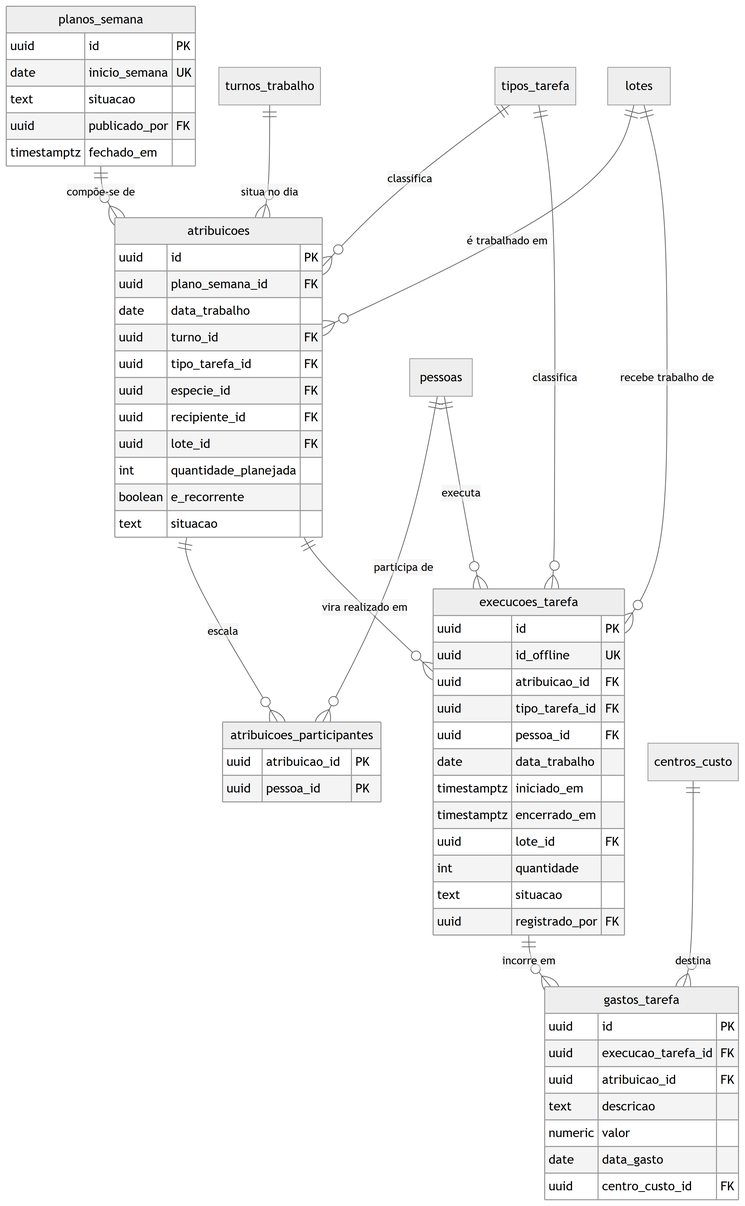
Before: docs/engenharia/modelo-dados-pt/img/fig13-producao-agenda.png, a diagram exported from Mermaid (JoaoMudar/mudar). Its source is kept beside it as docs/engenharia/modelo-dados-pt/mmd/fig13-producao-agenda.mmd. The source it was exported from:
```mermaid
erDiagram
  planos_semana {
    uuid id PK
    date inicio_semana UK
    text situacao
    uuid publicado_por FK
    timestamptz fechado_em
  }
  atribuicoes {
    uuid id PK
    uuid plano_semana_id FK
    date data_trabalho
    uuid turno_id FK
    uuid tipo_tarefa_id FK
    uuid especie_id FK
    uuid recipiente_id FK
    uuid lote_id FK
    int quantidade_planejada
    boolean e_recorrente
    text situacao
  }
  atribuicoes_participantes {
    uuid atribuicao_id PK
    uuid pessoa_id PK
  }
  execucoes_tarefa {
    uuid id PK
    uuid id_offline UK
    uuid atribuicao_id FK
    uuid tipo_tarefa_id FK
    uuid pessoa_id FK
    date data_trabalho
    timestamptz iniciado_em
    timestamptz encerrado_em
    uuid lote_id FK
    int quantidade
    text situacao
    uuid registrado_por FK
  }
  gastos_tarefa {
    uuid id PK
    uuid execucao_tarefa_id FK
    uuid atribuicao_id FK
    text descricao
    numeric valor
    date data_gasto
    uuid centro_custo_id FK
  }
  tipos_tarefa {
  }
  turnos_trabalho {
  }
  pessoas {
  }
  lotes {
  }
  centros_custo {
  }

  planos_semana   ||--o{ atribuicoes               : "compõe-se de"
  tipos_tarefa    ||--o{ atribuicoes               : "classifica"
  turnos_trabalho ||--o{ atribuicoes               : "situa no dia"
  lotes           ||--o{ atribuicoes               : "é trabalhado em"
  atribuicoes     ||--o{ atribuicoes_participantes : "escala"
  pessoas         ||--o{ atribuicoes_participantes : "participa de"
  atribuicoes     ||--o{ execucoes_tarefa          : "vira realizado em"
  tipos_tarefa    ||--o{ execucoes_tarefa          : "classifica"
  pessoas         ||--o{ execucoes_tarefa          : "executa"
  lotes           ||--o{ execucoes_tarefa          : "recebe trabalho de"
  execucoes_tarefa ||--o{ gastos_tarefa            : "incorre em"
  centros_custo   ||--o{ gastos_tarefa             : "destina"
```
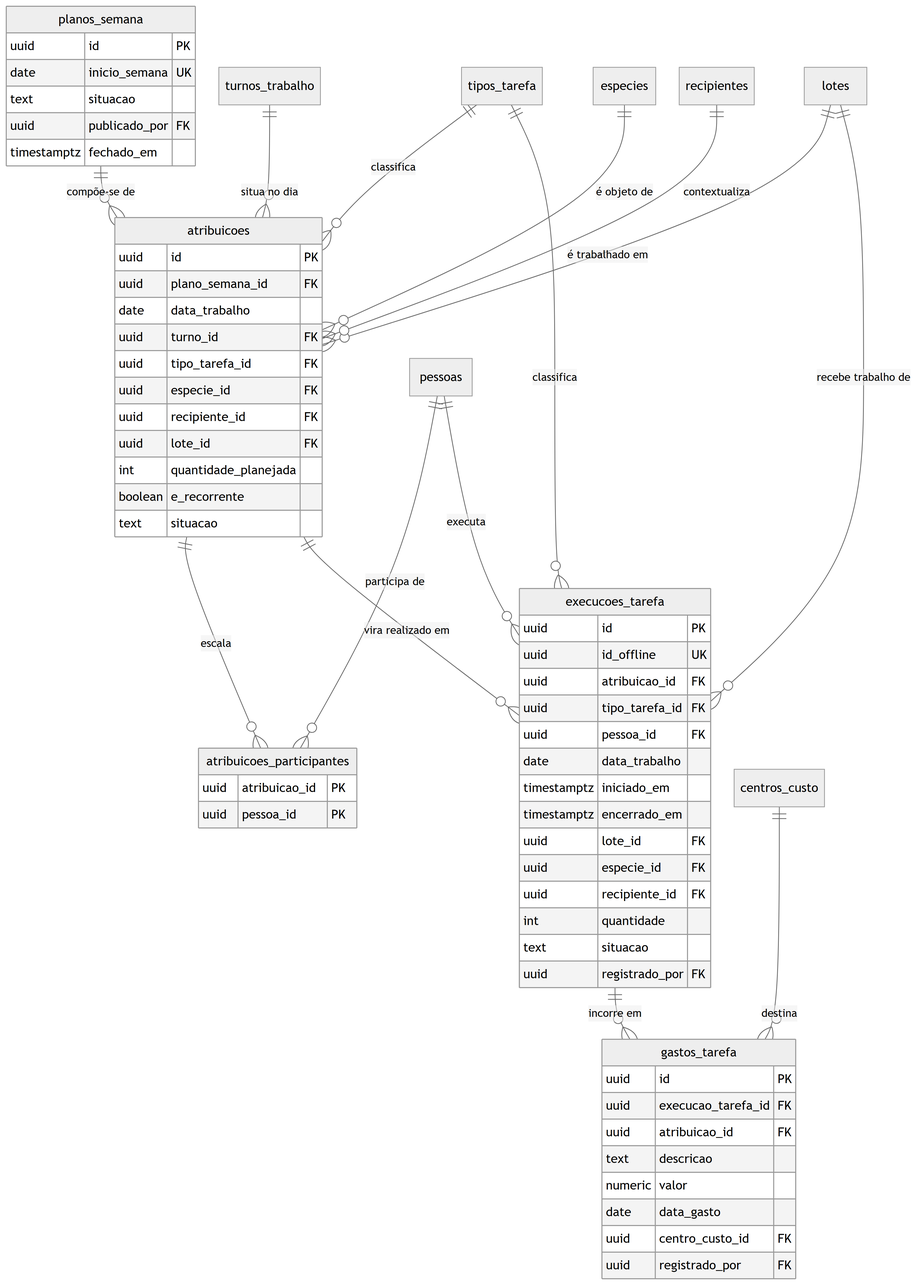
Above is the later version.

Diff of the diagram source:
```diff
@@ -33,6 +33,8 @@
     timestamptz iniciado_em
     timestamptz encerrado_em
     uuid lote_id FK
+    uuid especie_id FK
+    uuid recipiente_id FK
     int quantidade
     text situacao
     uuid registrado_por FK
@@ -45,10 +47,15 @@
     numeric valor
     date data_gasto
     uuid centro_custo_id FK
+    uuid registrado_por FK
   }
   tipos_tarefa {
   }
   turnos_trabalho {
+  }
+  especies {
+  }
+  recipientes {
   }
   pessoas {
   }
@@ -61,6 +68,8 @@
   tipos_tarefa    ||--o{ atribuicoes               : "classifica"
   turnos_trabalho ||--o{ atribuicoes               : "situa no dia"
   lotes           ||--o{ atribuicoes               : "é trabalhado em"
+  especies        ||--o{ atribuicoes               : "é objeto de"
+  recipientes     ||--o{ atribuicoes               : "contextualiza"
   atribuicoes     ||--o{ atribuicoes_participantes : "escala"
   pessoas         ||--o{ atribuicoes_participantes : "participa de"
   atribuicoes     ||--o{ execucoes_tarefa          : "vira realizado em"
```
